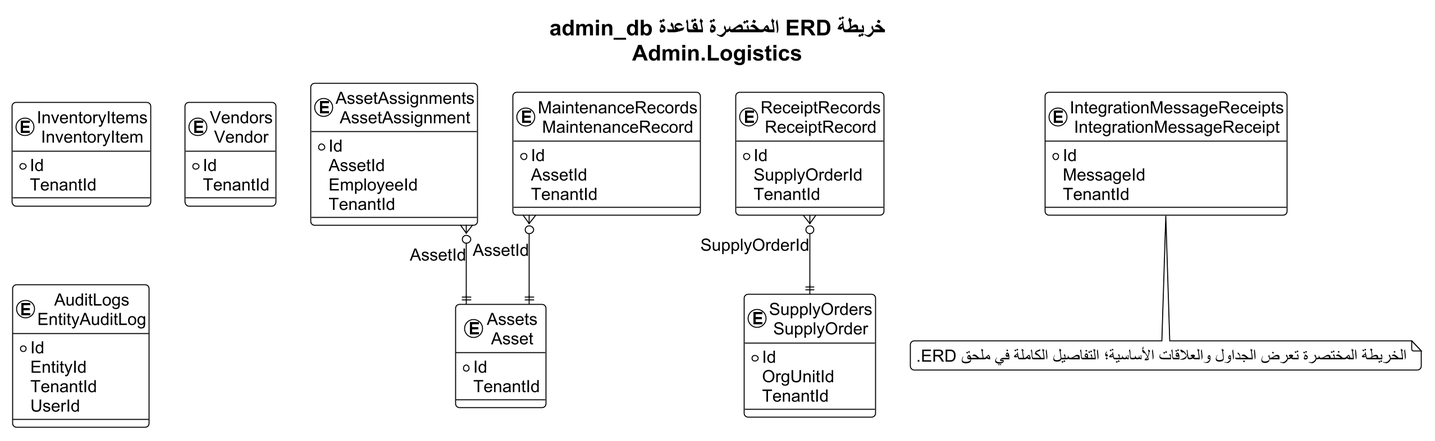
Earlier version of the PlantUML export docs/thesis_diagrams/database_erdds/compact_rendered/02_adminlogistics_compact.png (omardefdev/HRManagement). Source of this version:
```plantuml
@startuml
!theme plain
skinparam backgroundColor #FFFFFF
skinparam defaultFontName Arial
skinparam defaultFontSize 17
skinparam shadowing false
skinparam roundcorner 8
skinparam linetype ortho
skinparam dpi 170
skinparam EntityBorderColor #0F6B73
skinparam EntityBackgroundColor #F4FAFA
top to bottom direction
title "خريطة ERD المختصرة لقاعدة admin_db\nAdmin.Logistics"

entity "Assets\nAsset" as T01 {
  * Id
    TenantId
}
entity "AssetAssignments\nAssetAssignment" as T02 {
  * Id
    AssetId
    EmployeeId
    TenantId
}
entity "InventoryItems\nInventoryItem" as T03 {
  * Id
    TenantId
}
entity "MaintenanceRecords\nMaintenanceRecord" as T04 {
  * Id
    AssetId
    TenantId
}
entity "ReceiptRecords\nReceiptRecord" as T05 {
  * Id
    SupplyOrderId
    TenantId
}
entity "SupplyOrders\nSupplyOrder" as T06 {
  * Id
    OrgUnitId
    TenantId
}
entity "Vendors\nVendor" as T07 {
  * Id
    TenantId
}
entity "AuditLogs\nEntityAuditLog" as T08 {
  * Id
    EntityId
    TenantId
    UserId
}
entity "IntegrationMessageReceipts\nIntegrationMessageReceipt" as T09 {
  * Id
    MessageId
    TenantId
}

T02 }o--|| T01 : AssetId
T04 }o--|| T01 : AssetId
T05 }o--|| T06 : SupplyOrderId

note bottom
الخريطة المختصرة تعرض الجداول والعلاقات الأساسية؛ التفاصيل الكاملة في ملحق ERD.
end note
@enduml
```
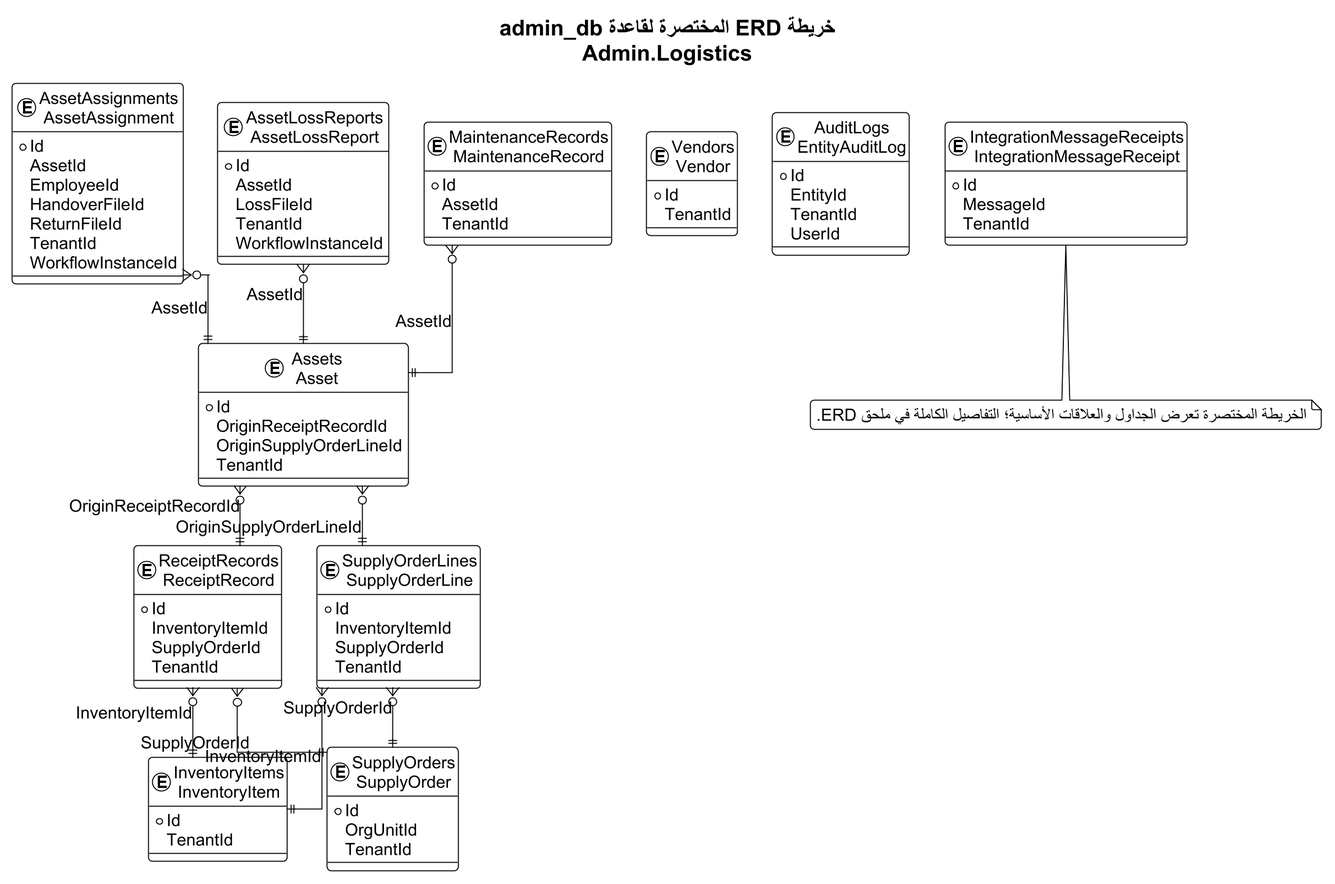
Above is the later version.

Change to the diagram source:
```diff
@@ -14,52 +14,77 @@
 
 entity "Assets\nAsset" as T01 {
   * Id
+    OriginReceiptRecordId
+    OriginSupplyOrderLineId
     TenantId
 }
 entity "AssetAssignments\nAssetAssignment" as T02 {
   * Id
     AssetId
     EmployeeId
+    HandoverFileId
+    ReturnFileId
     TenantId
+    WorkflowInstanceId
 }
-entity "InventoryItems\nInventoryItem" as T03 {
+entity "AssetLossReports\nAssetLossReport" as T03 {
+  * Id
+    AssetId
+    LossFileId
+    TenantId
+    WorkflowInstanceId
+}
+entity "InventoryItems\nInventoryItem" as T04 {
   * Id
     TenantId
 }
-entity "MaintenanceRecords\nMaintenanceRecord" as T04 {
+entity "MaintenanceRecords\nMaintenanceRecord" as T05 {
   * Id
     AssetId
     TenantId
 }
-entity "ReceiptRecords\nReceiptRecord" as T05 {
+entity "ReceiptRecords\nReceiptRecord" as T06 {
   * Id
+    InventoryItemId
     SupplyOrderId
     TenantId
 }
-entity "SupplyOrders\nSupplyOrder" as T06 {
+entity "SupplyOrders\nSupplyOrder" as T07 {
   * Id
     OrgUnitId
     TenantId
 }
-entity "Vendors\nVendor" as T07 {
+entity "SupplyOrderLines\nSupplyOrderLine" as T08 {
+  * Id
+    InventoryItemId
+    SupplyOrderId
+    TenantId
+}
+entity "Vendors\nVendor" as T09 {
   * Id
     TenantId
 }
-entity "AuditLogs\nEntityAuditLog" as T08 {
+entity "AuditLogs\nEntityAuditLog" as T10 {
   * Id
     EntityId
     TenantId
     UserId
 }
-entity "IntegrationMessageReceipts\nIntegrationMessageReceipt" as T09 {
+entity "IntegrationMessageReceipts\nIntegrationMessageReceipt" as T11 {
   * Id
     MessageId
     TenantId
 }
 
+T01 }o--|| T06 : OriginReceiptRecordId
+T01 }o--|| T08 : OriginSupplyOrderLineId
 T02 }o--|| T01 : AssetId
-T04 }o--|| T01 : AssetId
-T05 }o--|| T06 : SupplyOrderId
+T03 }o--|| T01 : AssetId
+T05 }o--|| T01 : AssetId
+T06 }o--|| T04 : InventoryItemId
+T06 }o--|| T07 : SupplyOrderId
+T08 }o--|| T04 : InventoryItemId
+T08 }o--|| T07 : SupplyOrderId
 
 note bottom
 الخريطة المختصرة تعرض الجداول والعلاقات الأساسية؛ التفاصيل الكاملة في ملحق ERD.
```
